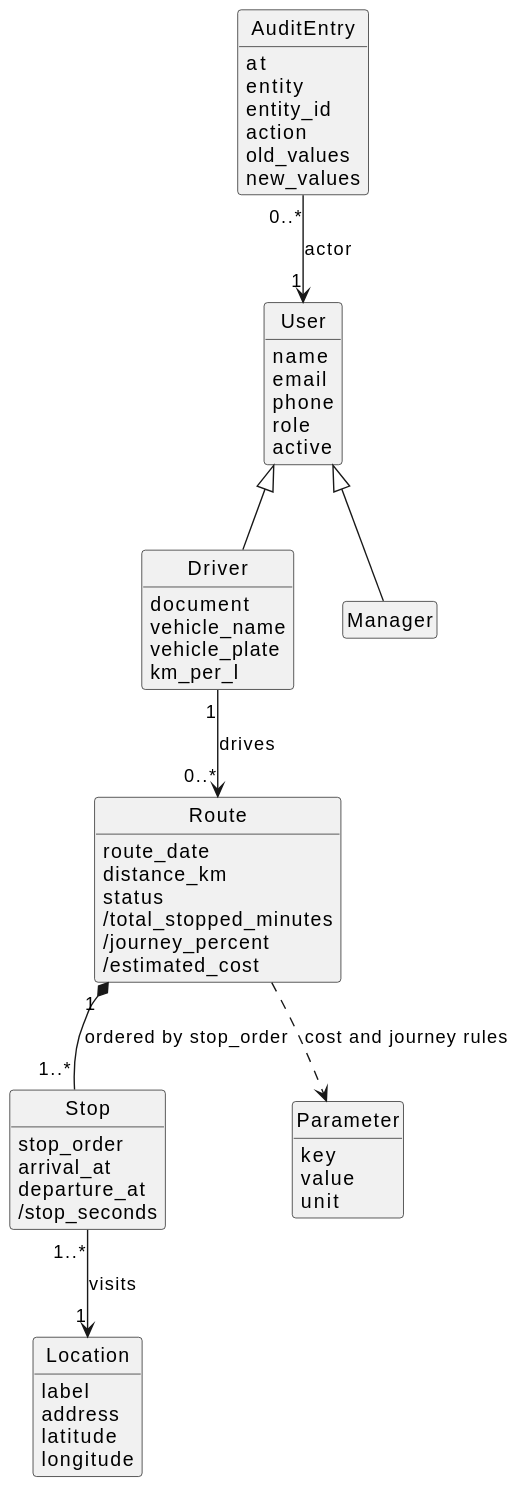
This is docs/especificacao/diagrams/classes-conceituais.svg from xendak/terminus, a PlantUML export, as it was before one commit.
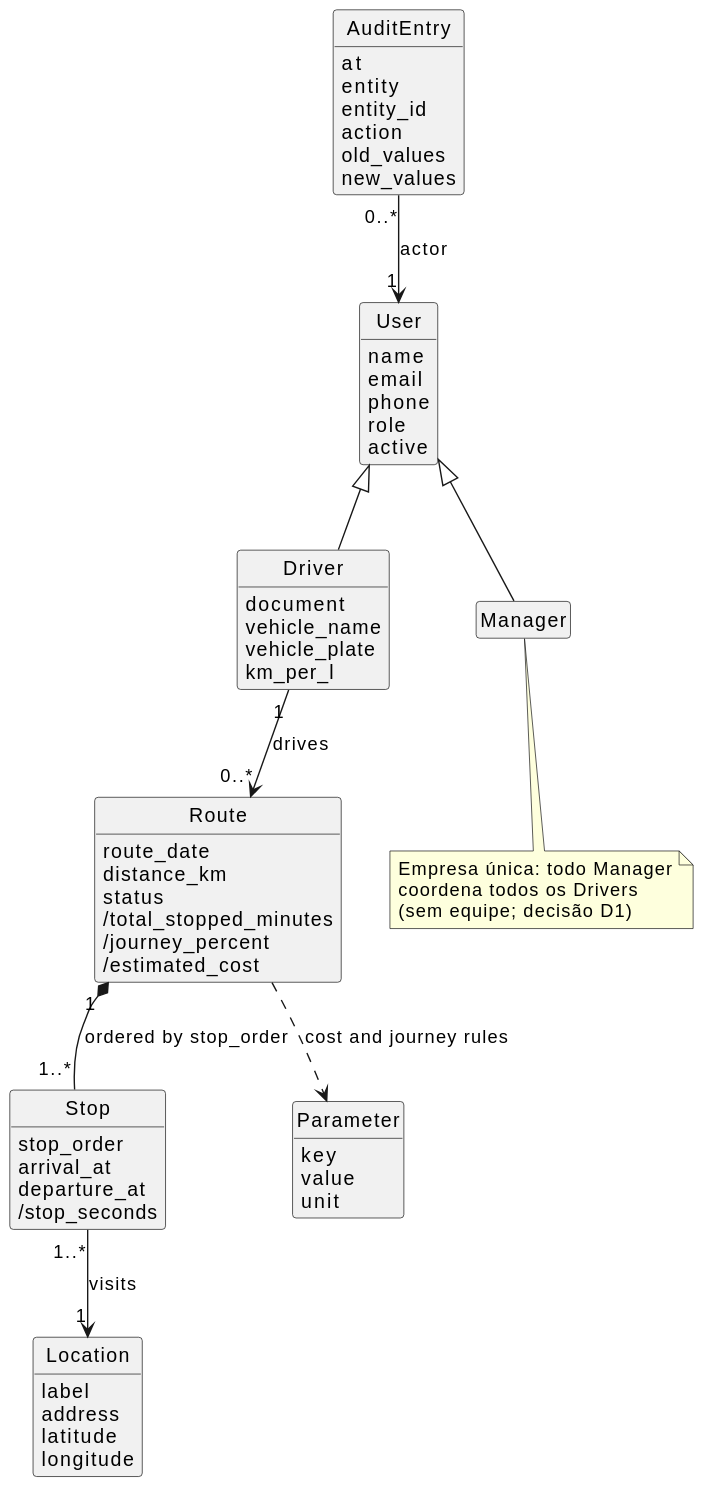
Above is the later version.

Commit message:
docs: especificacao traces equipe, pedidos and LGPD decisions

Diff of the diagram source:
```diff
@@ -66,4 +66,10 @@
 Stop "1..*" --> "1" Location : visits
 Route ..> Parameter : cost and journey rules
 AuditEntry "0..*" --> "1" User : actor
+
+note bottom of Manager
+  Empresa única: todo Manager
+  coordena todos os Drivers
+  (sem equipe; decisão D1)
+end note
 @enduml
```
